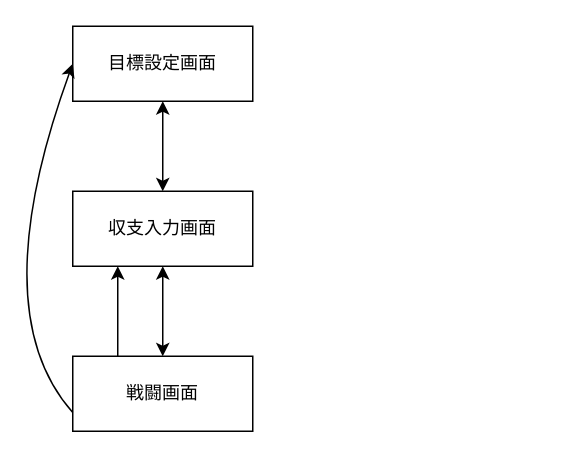
Above: TD.dio in kanieksuke/mammon-quest (draw.io), before the change. Source tidied: cells renumbered, new cells numbered last; positions are measured from the earlier drawing's top-left corner, leaving out a move shared by most shapes. Both pictures are drawn from the tidied source at 150%, with x=0, y=0 at pixel (-18, 26).
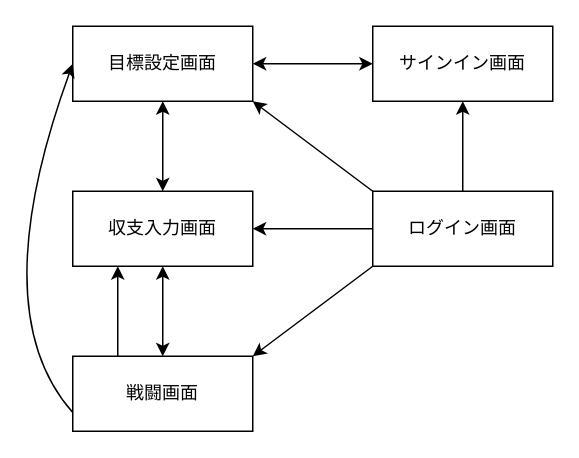
After the change.

Commit message (it also covers changes not shown here):
ER図、繊維図、READMEを修正

Diff of the diagram source:
```diff
@@
 <mxGraphModel>
   <root>
     <mxCell id="0" />
     <mxCell id="1" parent="0" />
     <mxCell id="2" value="目標設定画面" style="rounded=0;whiteSpace=wrap;html=1;" parent="1" vertex="1">
       <mxGeometry x="60" width="120" height="50" as="geometry" />
     </mxCell>
     <mxCell id="3" value="収支入力画面" style="rounded=0;whiteSpace=wrap;html=1;" parent="1" vertex="1">
       <mxGeometry x="60" y="110" width="120" height="50" as="geometry" />
     </mxCell>
     <mxCell id="4" value="戦闘画面" style="rounded=0;whiteSpace=wrap;html=1;" parent="1" vertex="1">
       <mxGeometry x="60" y="220" width="120" height="50" as="geometry" />
     </mxCell>
     <mxCell id="5" style="endArrow=classic;startArrow=classic;html=1;entryX=0.5;entryY=1;entryDx=0;entryDy=0;exitX=0.5;exitY=0;exitDx=0;exitDy=0;" parent="1" edge="1" source="3" target="2">
       <mxGeometry relative="1" as="geometry" />
     </mxCell>
     <mxCell id="6" style="endArrow=classic;startArrow=classic;html=1;entryX=0.5;entryY=1;entryDx=0;entryDy=0;exitX=0.5;exitY=0;exitDx=0;exitDy=0;" parent="1" edge="1" source="4" target="3">
       <mxGeometry relative="1" as="geometry" />
     </mxCell>
     <mxCell id="7" style="curved=1;endArrow=classic;html=1;exitX=0;exitY=0.75;exitDx=0;exitDy=0;entryX=0;entryY=0.5;entryDx=0;entryDy=0;" parent="1" edge="1" source="4" target="2">
       <mxGeometry relative="1" as="geometry">
         <Array as="points">
           <mxPoint y="190" />
         </Array>
       </mxGeometry>
     </mxCell>
     <mxCell id="8" style="endArrow=classic;html=1;entryX=0.25;entryY=1;entryDx=0;entryDy=0;exitX=0.25;exitY=0;exitDx=0;exitDy=0;" parent="1" edge="1" source="4" target="3">
       <mxGeometry relative="1" as="geometry" />
     </mxCell>
+    <mxCell id="9" value="サインイン画面" style="rounded=0;whiteSpace=wrap;html=1;" parent="1" vertex="1">
+      <mxGeometry x="260" width="120" height="50" as="geometry" />
+    </mxCell>
+    <mxCell id="10" value="ログイン画面" style="rounded=0;whiteSpace=wrap;html=1;" parent="1" vertex="1">
+      <mxGeometry x="260" y="110" width="120" height="50" as="geometry" />
+    </mxCell>
+    <mxCell id="11" style="endArrow=classic;html=1;exitX=0;exitY=1;exitDx=0;exitDy=0;entryX=1;entryY=0;entryDx=0;entryDy=0;" parent="1" edge="1" source="10" target="4">
+      <mxGeometry relative="1" as="geometry" />
+    </mxCell>
+    <mxCell id="12" style="endArrow=classic;html=1;exitX=0;exitY=0.5;exitDx=0;exitDy=0;" parent="1" edge="1" source="10" target="3">
+      <mxGeometry relative="1" as="geometry" />
+    </mxCell>
+    <mxCell id="13" style="endArrow=classic;html=1;exitX=0;exitY=0;exitDx=0;exitDy=0;entryX=1;entryY=1;entryDx=0;entryDy=0;" parent="1" edge="1" source="10" target="2">
+      <mxGeometry relative="1" as="geometry" />
+    </mxCell>
+    <mxCell id="14" style="endArrow=classic;html=1;exitX=0.5;exitY=0;exitDx=0;exitDy=0;entryX=0.5;entryY=1;entryDx=0;entryDy=0;" parent="1" edge="1" source="10" target="9">
+      <mxGeometry relative="1" as="geometry" />
+    </mxCell>
+    <mxCell id="15" style="endArrow=classic;startArrow=classic;html=1;entryX=0;entryY=0.5;entryDx=0;entryDy=0;exitX=1;exitY=0.5;exitDx=0;exitDy=0;" parent="1" edge="1" source="2" target="9">
+      <mxGeometry relative="1" as="geometry" />
+    </mxCell>
   </root>
 </mxGraphModel>
```
